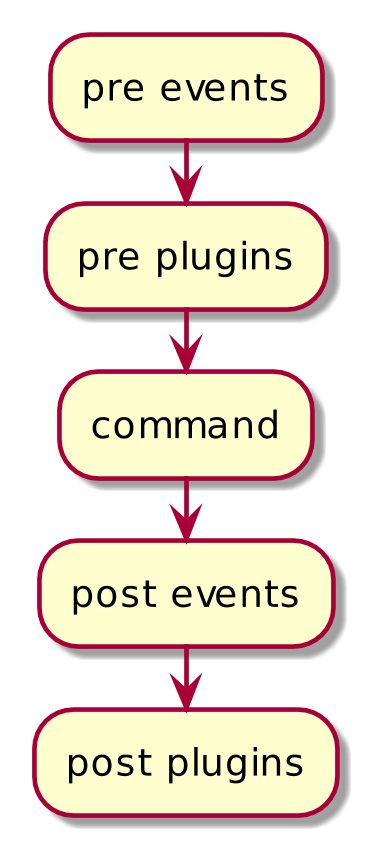
The PlantUML diagram pictures/schema/composer-with-plugins.png in hanovruslan/phpfest-2020-composer-plus-plus, before a commit.
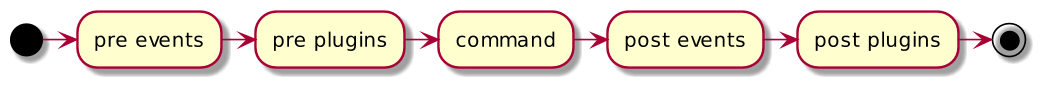
After the commit.

Diff of the diagram source:
```diff
@@ -1,12 +1,12 @@
 @startuml
 
-scale 1024 width
-scale 800 height
+scale 1024*800
 
-:pre events;
-:pre plugins;
-:command;
-:post events;
-:post plugins;
+(*) -right-> "pre events"
+"pre events" -right-> "pre plugins"
+"pre plugins" -right-> "command"
+"command" -right-> "post events"
+"post events" -right-> "post plugins"
+"post plugins" -right-> (*)
 
 @enduml
```
